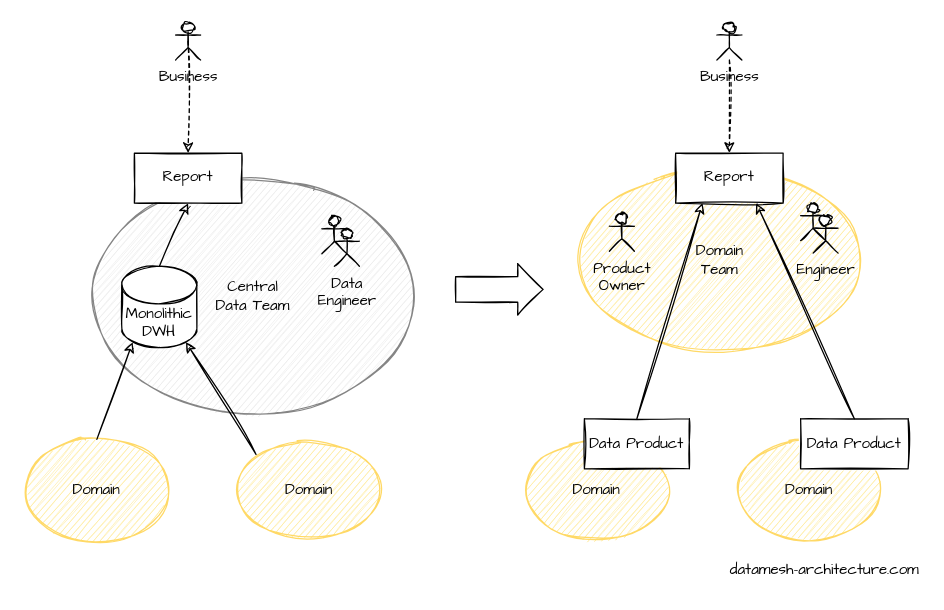
The draw.io diagram diagrams/newdomainteam.drawio in datamesh-architecture/datamesh-architecture.com, before the edit. Source tidied: cells renumbered, new cells numbered last; positions are measured from the earlier drawing's top-left corner, leaving out a move shared by most shapes. Both pictures are drawn from the tidied source at 125%, with x=0, y=0 at pixel (21, 21).
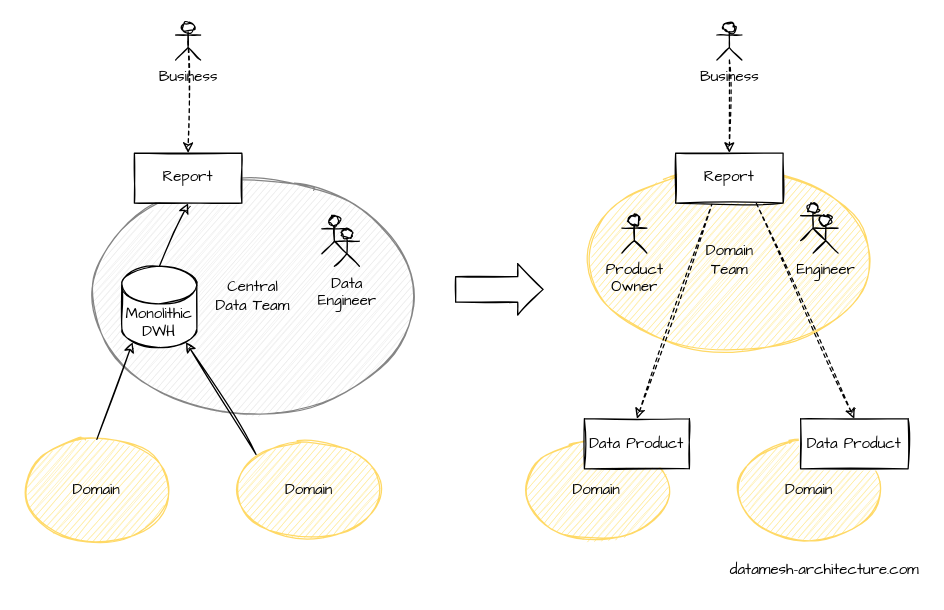
Above is the later version.

The change refers to these unchanged cells:
```xml
<mxCell id="16" value="Data Product" style="rounded=0;whiteSpace=wrap;html=1;sketch=1;fontFamily=Architects Daughter;" parent="1" vertex="1">
  <mxGeometry x="450" y="317.5" width="84" height="40" as="geometry" />
</mxCell>
<mxCell id="17" value="Data Product" style="rounded=0;whiteSpace=wrap;html=1;sketch=1;fontFamily=Architects Daughter;" parent="1" vertex="1">
  <mxGeometry x="623" y="317.5" width="86" height="40" as="geometry" />
</mxCell>
<mxCell id="22" value="Report" style="rounded=0;whiteSpace=wrap;html=1;sketch=1;fontFamily=Architects Daughter;" parent="1" vertex="1">
  <mxGeometry x="523" y="105" width="86" height="40" as="geometry" />
</mxCell>
```

Diff of the diagram source:
```diff
@@
     <mxCell id="2" value="Domain&lt;br&gt;Team" style="ellipse;whiteSpace=wrap;html=1;verticalAlign=middle;sketch=1;fontFamily=Architects Daughter;strokeColor=#FFD966;fillColor=#FFEB99;" parent="1" vertex="1">
-      <mxGeometry x="440" y="120.5" width="237" height="140" as="geometry" />
+      <mxGeometry x="447.5" y="120.5" width="237" height="140" as="geometry" />
     </mxCell>
@@
-    <mxCell id="18" style="endArrow=classic;html=1;rounded=0;entryX=0.25;entryY=1;entryDx=0;entryDy=0;exitX=0.5;exitY=0;exitDx=0;exitDy=0;sketch=1;fontFamily=Architects Daughter;" parent="1" edge="1" source="16" target="22">
-      <mxGeometry relative="1" as="geometry" />
-    </mxCell>
-    <mxCell id="19" style="endArrow=classic;html=1;rounded=0;entryX=0.75;entryY=1;entryDx=0;entryDy=0;exitX=0.5;exitY=0;exitDx=0;exitDy=0;sketch=1;fontFamily=Architects Daughter;" parent="1" edge="1" source="17" target="22">
+    <mxCell id="19" style="endArrow=none;html=1;rounded=0;entryX=0.75;entryY=1;entryDx=0;entryDy=0;exitX=0.5;exitY=0;exitDx=0;exitDy=0;sketch=1;fontFamily=Architects Daughter;dashed=1;startArrow=classic;startFill=1;endFill=0;" parent="1" edge="1" source="17" target="22">
       <mxGeometry relative="1" as="geometry" />
     </mxCell>
@@
     <mxCell id="23" value="Product &lt;br&gt;Owner" style="shape=umlActor;verticalLabelPosition=bottom;verticalAlign=top;html=1;sketch=1;fontFamily=Architects Daughter;" parent="1" vertex="1">
-      <mxGeometry x="470" y="153.5" width="20" height="30" as="geometry" />
+      <mxGeometry x="480" y="155" width="20" height="30" as="geometry" />
     </mxCell>
@@
+    <mxCell id="18" style="endArrow=none;html=1;rounded=0;entryX=0.337;entryY=1.025;entryDx=0;entryDy=0;exitX=0.5;exitY=0;exitDx=0;exitDy=0;sketch=1;fontFamily=Architects Daughter;dashed=1;startArrow=classic;startFill=1;endFill=0;entryPerimeter=0;" parent="1" edge="1" source="16" target="22">
+      <mxGeometry relative="1" as="geometry" />
+    </mxCell>
```
